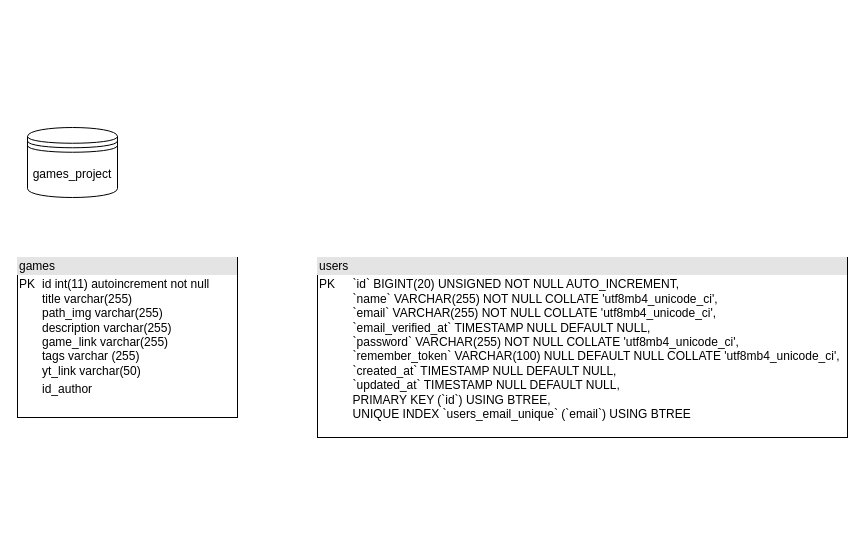
Above: Diagrama sem nome.drawio in MetzkerDeveloper/academia_indiana (draw.io), before the change. Source tidied: cells renumbered, new cells numbered last; positions are measured from the earlier drawing's top-left corner, leaving out a move shared by most shapes. Both pictures are drawn from the tidied source at 100%, with x=0, y=0 at pixel (17, 127).
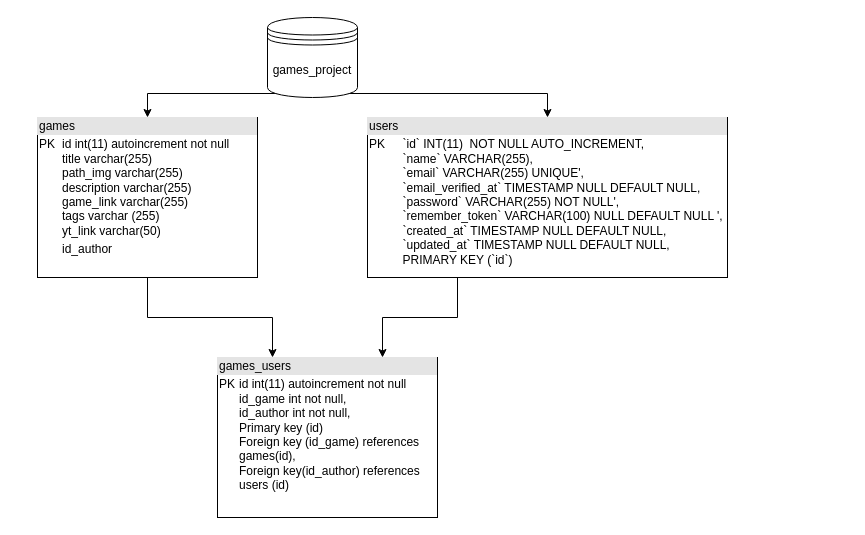
Above is the later version.

What changed in the source:
```diff
@@
 <mxGraphModel>
   <root>
     <mxCell id="0" />
     <mxCell id="1" parent="0" />
+    <mxCell id="5" style="edgeStyle=orthogonalEdgeStyle;rounded=0;jettySize=auto;html=1;exitX=0.85;exitY=0.95;exitDx=0;exitDy=0;exitPerimeter=0;entryX=0.5;entryY=0;entryDx=0;entryDy=0;" parent="1" edge="1" source="2" target="4">
+      <mxGeometry relative="1" as="geometry" />
+    </mxCell>
+    <mxCell id="6" style="edgeStyle=orthogonalEdgeStyle;rounded=0;jettySize=auto;html=1;exitX=0.15;exitY=0.95;exitDx=0;exitDy=0;exitPerimeter=0;entryX=0.5;entryY=0;entryDx=0;entryDy=0;" parent="1" edge="1" source="2" target="3">
+      <mxGeometry relative="1" as="geometry" />
+    </mxCell>
     <mxCell id="2" value="games_project" style="shape=datastore;whiteSpace=wrap;html=1;" parent="1" vertex="1">
-      <mxGeometry x="10" width="90" height="70" as="geometry" />
+      <mxGeometry x="250" y="-110" width="90" height="80" as="geometry" />
     </mxCell>
+    <mxCell id="7" style="edgeStyle=orthogonalEdgeStyle;rounded=0;jettySize=auto;html=1;exitX=0.5;exitY=1;exitDx=0;exitDy=0;entryX=0.25;entryY=0;entryDx=0;entryDy=0;" parent="1" edge="1" source="3" target="9">
+      <mxGeometry relative="1" as="geometry" />
+    </mxCell>
     <mxCell id="3" value="&lt;div style=&quot;box-sizing:border-box;width:100%;background:#e4e4e4;padding:2px;&quot;&gt;games&lt;/div&gt;&lt;table style=&quot;width:100%;font-size:1em;&quot; cellpadding=&quot;2&quot; cellspacing=&quot;0&quot;&gt;&lt;tbody&gt;&lt;tr&gt;&lt;td&gt;PK&lt;br&gt;&lt;br&gt;&lt;br&gt;&lt;br&gt;&lt;br&gt;&lt;br&gt;&lt;br&gt;&lt;/td&gt;&lt;td&gt;id int(11) autoincrement not null&lt;br&gt;title varchar(255)&lt;br&gt;path_img varchar(255)&lt;br&gt;description varchar(255)&lt;br&gt;game_link varchar(255)&lt;br&gt;tags varchar (255)&lt;br&gt;yt_link varchar(50)&lt;/td&gt;&lt;/tr&gt;&lt;tr&gt;&lt;td&gt;&lt;br&gt;&lt;/td&gt;&lt;td&gt;id_author&amp;nbsp;&lt;/td&gt;&lt;/tr&gt;&lt;tr&gt;&lt;td&gt;&lt;/td&gt;&lt;td&gt;&lt;br&gt;&lt;/td&gt;&lt;/tr&gt;&lt;/tbody&gt;&lt;/table&gt;" style="verticalAlign=top;align=left;overflow=fill;html=1;whiteSpace=wrap;" parent="1" vertex="1">
-      <mxGeometry y="130" width="220" height="160" as="geometry" />
+      <mxGeometry x="20" y="-10" width="220" height="160" as="geometry" />
     </mxCell>
+    <mxCell id="8" style="edgeStyle=orthogonalEdgeStyle;rounded=0;jettySize=auto;html=1;exitX=0.25;exitY=1;exitDx=0;exitDy=0;entryX=0.75;entryY=0;entryDx=0;entryDy=0;" parent="1" edge="1" source="4" target="9">
+      <mxGeometry relative="1" as="geometry" />
+    </mxCell>
-    <mxCell id="4" value="&lt;div style=&quot;box-sizing:border-box;width:100%;background:#e4e4e4;padding:2px;&quot;&gt;users&lt;/div&gt;&lt;table style=&quot;width:100%;font-size:1em;&quot; cellpadding=&quot;2&quot; cellspacing=&quot;0&quot;&gt;&lt;tbody&gt;&lt;tr&gt;&lt;td&gt;PK&lt;br&gt;&lt;br&gt;&lt;br&gt;&lt;br&gt;&lt;br&gt;&lt;br&gt;&lt;br&gt;&lt;br&gt;&lt;br&gt;&lt;br&gt;&lt;/td&gt;&lt;td&gt;&amp;nbsp; &amp;nbsp; `id` BIGINT(20) UNSIGNED NOT NULL AUTO_INCREMENT,&lt;br style=&quot;border-color: var(--border-color); padding: 0px; margin: 0px;&quot;&gt;&amp;nbsp;&amp;nbsp;&amp;nbsp;&amp;nbsp;`name` VARCHAR(255) NOT NULL COLLATE 'utf8mb4_unicode_ci',&lt;br style=&quot;border-color: var(--border-color); padding: 0px; margin: 0px;&quot;&gt;&amp;nbsp;&amp;nbsp;&amp;nbsp;&amp;nbsp;`email` VARCHAR(255) NOT NULL COLLATE 'utf8mb4_unicode_ci',&lt;br style=&quot;border-color: var(--border-color); padding: 0px; margin: 0px;&quot;&gt;&amp;nbsp;&amp;nbsp;&amp;nbsp;&amp;nbsp;`email_verified_at` TIMESTAMP NULL DEFAULT NULL,&lt;br style=&quot;border-color: var(--border-color); padding: 0px; margin: 0px;&quot;&gt;&amp;nbsp;&amp;nbsp;&amp;nbsp;&amp;nbsp;`password` VARCHAR(255) NOT NULL COLLATE 'utf8mb4_unicode_ci',&lt;br style=&quot;border-color: var(--border-color); padding: 0px; margin: 0px;&quot;&gt;&amp;nbsp;&amp;nbsp;&amp;nbsp;&amp;nbsp;`remember_token` VARCHAR(100) NULL DEFAULT NULL COLLATE 'utf8mb4_unicode_ci',&lt;br style=&quot;border-color: var(--border-color); padding: 0px; margin: 0px;&quot;&gt;&amp;nbsp;&amp;nbsp;&amp;nbsp;&amp;nbsp;`created_at` TIMESTAMP NULL DEFAULT NULL,&lt;br style=&quot;border-color: var(--border-color); padding: 0px; margin: 0px;&quot;&gt;&amp;nbsp;&amp;nbsp;&amp;nbsp;&amp;nbsp;`updated_at` TIMESTAMP NULL DEFAULT NULL,&lt;br style=&quot;border-color: var(--border-color); padding: 0px; margin: 0px;&quot;&gt;&amp;nbsp;&amp;nbsp;&amp;nbsp;&amp;nbsp;PRIMARY KEY (`id`) USING BTREE,&lt;br style=&quot;border-color: var(--border-color); padding: 0px; margin: 0px;&quot;&gt;&amp;nbsp;&amp;nbsp;&amp;nbsp;&amp;nbsp;UNIQUE INDEX `users_email_unique` (`email`) USING BTREE&lt;br&gt;&lt;/td&gt;&lt;/tr&gt;&lt;tr&gt;&lt;td&gt;&lt;/td&gt;&lt;td&gt;&lt;br&gt;&lt;/td&gt;&lt;/tr&gt;&lt;/tbody&gt;&lt;/table&gt;" style="verticalAlign=top;align=left;overflow=fill;html=1;whiteSpace=wrap;" parent="1" vertex="1">
-      <mxGeometry x="300" y="130" width="530" height="180" as="geometry" />
+    <mxCell id="4" value="&lt;div style=&quot;box-sizing:border-box;width:100%;background:#e4e4e4;padding:2px;&quot;&gt;users&lt;/div&gt;&lt;table style=&quot;width:100%;font-size:1em;&quot; cellpadding=&quot;2&quot; cellspacing=&quot;0&quot;&gt;&lt;tbody&gt;&lt;tr&gt;&lt;td&gt;PK&lt;br&gt;&lt;br&gt;&lt;br&gt;&lt;br&gt;&lt;br&gt;&lt;br&gt;&lt;br&gt;&lt;br&gt;&lt;br&gt;&lt;br&gt;&lt;/td&gt;&lt;td&gt;&amp;nbsp; &amp;nbsp; `id` INT(11)&amp;nbsp; NOT NULL AUTO_INCREMENT,&lt;br style=&quot;border-color: var(--border-color); padding: 0px; margin: 0px;&quot;&gt;&amp;nbsp;&amp;nbsp;&amp;nbsp;&amp;nbsp;`name` VARCHAR(255),&lt;br style=&quot;border-color: var(--border-color); padding: 0px; margin: 0px;&quot;&gt;&amp;nbsp; &amp;nbsp; `email` VARCHAR(255) UNIQUE',&lt;br&gt;&amp;nbsp;&amp;nbsp;&amp;nbsp;&amp;nbsp;`email_verified_at` TIMESTAMP NULL DEFAULT NULL,&lt;br style=&quot;border-color: var(--border-color); padding: 0px; margin: 0px;&quot;&gt;&amp;nbsp;&amp;nbsp;&amp;nbsp;&amp;nbsp;`password` VARCHAR(255) NOT NULL',&lt;br style=&quot;border-color: var(--border-color); padding: 0px; margin: 0px;&quot;&gt;&amp;nbsp;&amp;nbsp;&amp;nbsp;&amp;nbsp;`remember_token` VARCHAR(100) NULL DEFAULT NULL ',&lt;br style=&quot;border-color: var(--border-color); padding: 0px; margin: 0px;&quot;&gt;&amp;nbsp;&amp;nbsp;&amp;nbsp;&amp;nbsp;`created_at` TIMESTAMP NULL DEFAULT NULL,&lt;br style=&quot;border-color: var(--border-color); padding: 0px; margin: 0px;&quot;&gt;&amp;nbsp;&amp;nbsp;&amp;nbsp;&amp;nbsp;`updated_at` TIMESTAMP NULL DEFAULT NULL,&lt;br style=&quot;border-color: var(--border-color); padding: 0px; margin: 0px;&quot;&gt;&amp;nbsp;&amp;nbsp;&amp;nbsp;&amp;nbsp;PRIMARY KEY (`id`)&lt;br&gt;&lt;br&gt;&lt;/td&gt;&lt;/tr&gt;&lt;tr&gt;&lt;td&gt;&lt;/td&gt;&lt;td&gt;&lt;br&gt;&lt;/td&gt;&lt;/tr&gt;&lt;/tbody&gt;&lt;/table&gt;" style="verticalAlign=top;align=left;overflow=fill;html=1;whiteSpace=wrap;" parent="1" vertex="1">
+      <mxGeometry x="350" y="-10" width="360" height="160" as="geometry" />
     </mxCell>
+    <mxCell id="9" value="&lt;div style=&quot;box-sizing:border-box;width:100%;background:#e4e4e4;padding:2px;&quot;&gt;games_users&lt;/div&gt;&lt;table style=&quot;width:100%;font-size:1em;&quot; cellpadding=&quot;2&quot; cellspacing=&quot;0&quot;&gt;&lt;tbody&gt;&lt;tr&gt;&lt;td&gt;PK&lt;br&gt;&lt;br&gt;&lt;br&gt;&lt;br&gt;&lt;br&gt;&lt;br&gt;&lt;br&gt;&lt;br&gt;&lt;br&gt;&lt;br&gt;&lt;br&gt;&lt;br&gt;&lt;br&gt;&lt;/td&gt;&lt;td&gt;id int(11) autoincrement not null&lt;br&gt;id_game int not null,&lt;br&gt;id_author int not null,&lt;br&gt;Primary key (id)&lt;br&gt;Foreign key (id_game) references games(id),&lt;br&gt;Foreign key(id_author) references users (id)&lt;br&gt;&lt;br&gt;&lt;br&gt;&lt;br&gt;&lt;br&gt;&lt;br&gt;&lt;/td&gt;&lt;/tr&gt;&lt;tr&gt;&lt;td&gt;&lt;br&gt;&lt;/td&gt;&lt;td&gt;&lt;br&gt;&lt;/td&gt;&lt;/tr&gt;&lt;/tbody&gt;&lt;/table&gt;" style="verticalAlign=top;align=left;overflow=fill;html=1;whiteSpace=wrap;" parent="1" vertex="1">
+      <mxGeometry x="200" y="230" width="220" height="160" as="geometry" />
+    </mxCell>
   </root>
 </mxGraphModel>
```
